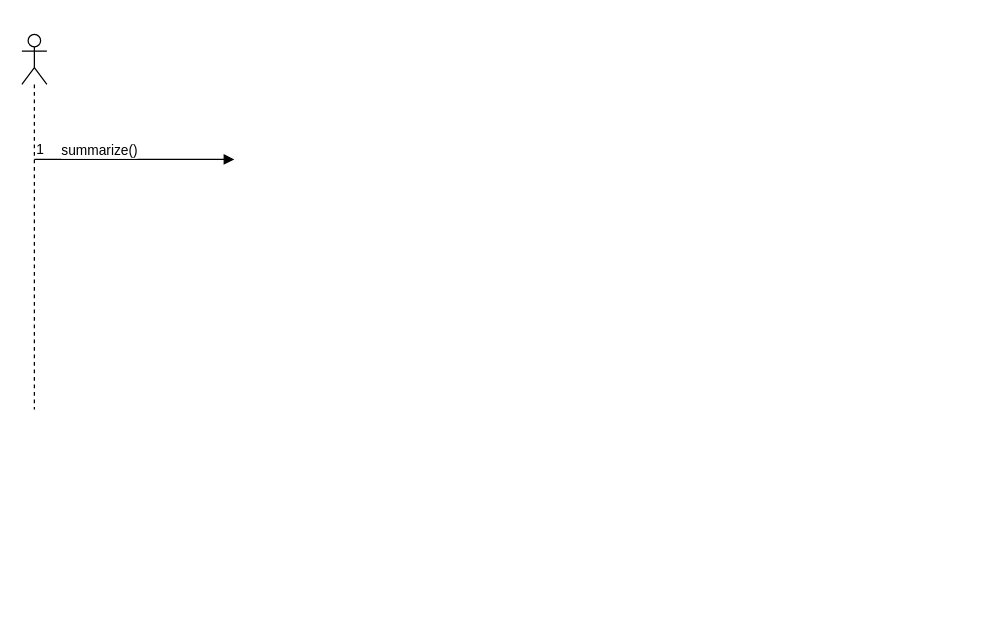
This is page "Secuencia Summarize()" (2 of 2) of SabanaResearch.drawio from andresalvmo/PARCIAL-2, a draw.io file, before an edit. Source tidied: cells renumbered, new cells numbered last; positions are measured from the earlier drawing's top-left corner, leaving out a move shared by most shapes. Both pictures are drawn from the tidied source at 125%, with x=0, y=0 at pixel (21, 34).
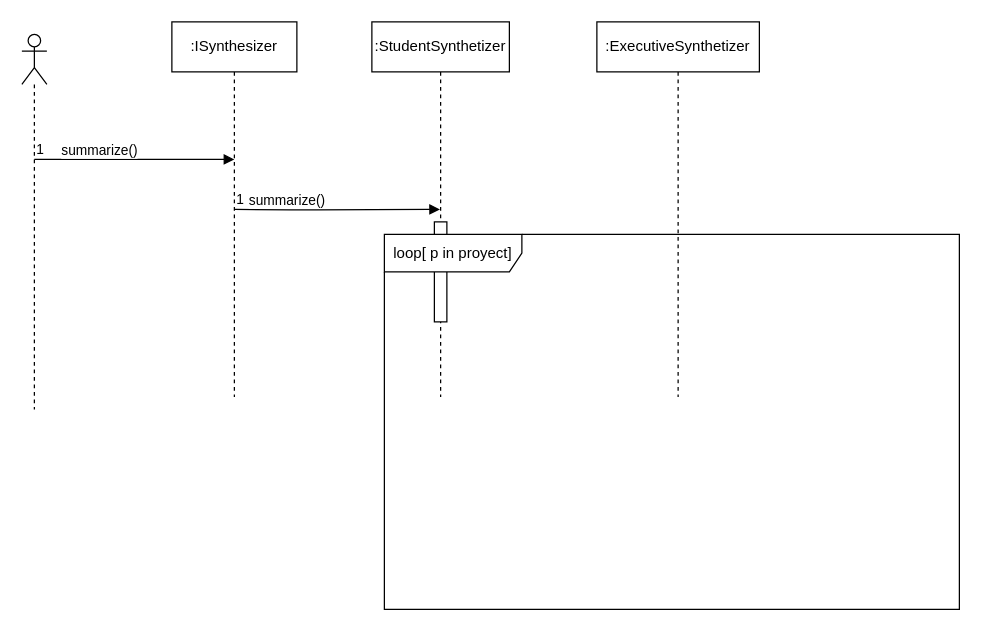
The same diagram, later.

The edit, as a diff of the source:
```diff
@@
 <mxGraphModel>
   <root>
     <mxCell id="0" />
     <mxCell id="1" parent="0" />
     <mxCell id="2" style="shape=umlLifeline;participant=umlActor;perimeter=lifelinePerimeter;whiteSpace=wrap;html=1;verticalAlign=top;spacingTop=36;" parent="1" vertex="1">
       <mxGeometry width="20" height="300" as="geometry" />
     </mxCell>
     <mxCell id="3" value="summarize()" style="endArrow=block;endFill=1;html=1;edgeStyle=orthogonalEdgeStyle;align=left;verticalAlign=top;" parent="2" edge="1">
       <mxGeometry x="-0.75" y="20" relative="1" as="geometry">
         <mxPoint x="10" y="100" as="sourcePoint" />
         <mxPoint x="170" y="100" as="targetPoint" />
       </mxGeometry>
     </mxCell>
     <mxCell id="4" value="1" style="edgeLabel;html=1;align=left;verticalAlign=bottom;" parent="3" vertex="1">
       <mxGeometry x="-1" relative="1" as="geometry" />
     </mxCell>
+    <mxCell id="5" value=":ISynthesizer" style="shape=umlLifeline;perimeter=lifelinePerimeter;whiteSpace=wrap;html=1;" parent="1" vertex="1">
+      <mxGeometry x="120" y="-10" width="100" height="300" as="geometry" />
+    </mxCell>
+    <mxCell id="6" value="summarize()" style="endArrow=block;endFill=1;html=1;edgeStyle=orthogonalEdgeStyle;align=left;verticalAlign=top;" parent="5" edge="1" target="8">
+      <mxGeometry x="-0.88" y="20" relative="1" as="geometry">
+        <mxPoint x="50" y="150" as="sourcePoint" />
+      </mxGeometry>
+    </mxCell>
+    <mxCell id="7" value="1" style="edgeLabel;html=1;align=left;verticalAlign=bottom;" parent="6" vertex="1">
+      <mxGeometry x="-1" relative="1" as="geometry" />
+    </mxCell>
+    <mxCell id="8" value=":StudentSynthetizer" style="shape=umlLifeline;perimeter=lifelinePerimeter;whiteSpace=wrap;html=1;outlineConnect=0;" parent="1" vertex="1">
+      <mxGeometry x="280" y="-10" width="110" height="300" as="geometry" />
+    </mxCell>
+    <mxCell id="9" style="html=1;perimeter=orthogonalPerimeter;" parent="8" vertex="1">
+      <mxGeometry x="50" y="160" width="10" height="80" as="geometry" />
+    </mxCell>
+    <mxCell id="10" value="loop[ p in proyect]" style="shape=umlFrame;whiteSpace=wrap;html=1;width=110;height=30;" parent="1" vertex="1">
+      <mxGeometry x="290" y="160" width="460" height="300" as="geometry" />
+    </mxCell>
+    <mxCell id="11" value=":ExecutiveSynthetizer" style="shape=umlLifeline;perimeter=lifelinePerimeter;whiteSpace=wrap;html=1;" parent="1" vertex="1">
+      <mxGeometry x="460" y="-10" width="130" height="300" as="geometry" />
+    </mxCell>
   </root>
 </mxGraphModel>
```
